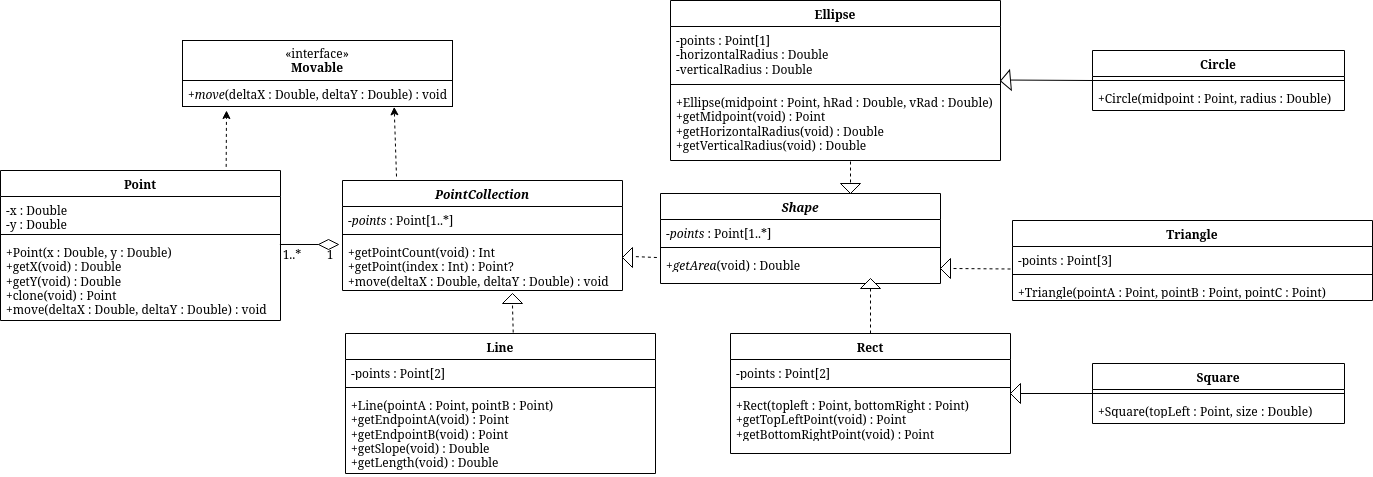
Earlier version of the draw.io export UML.png (BrodySteidley/cs5700.1). Source tidied: cells renumbered, new cells last; positions are measured from the earlier drawing's top-left corner, leaving out a move shared by most shapes.
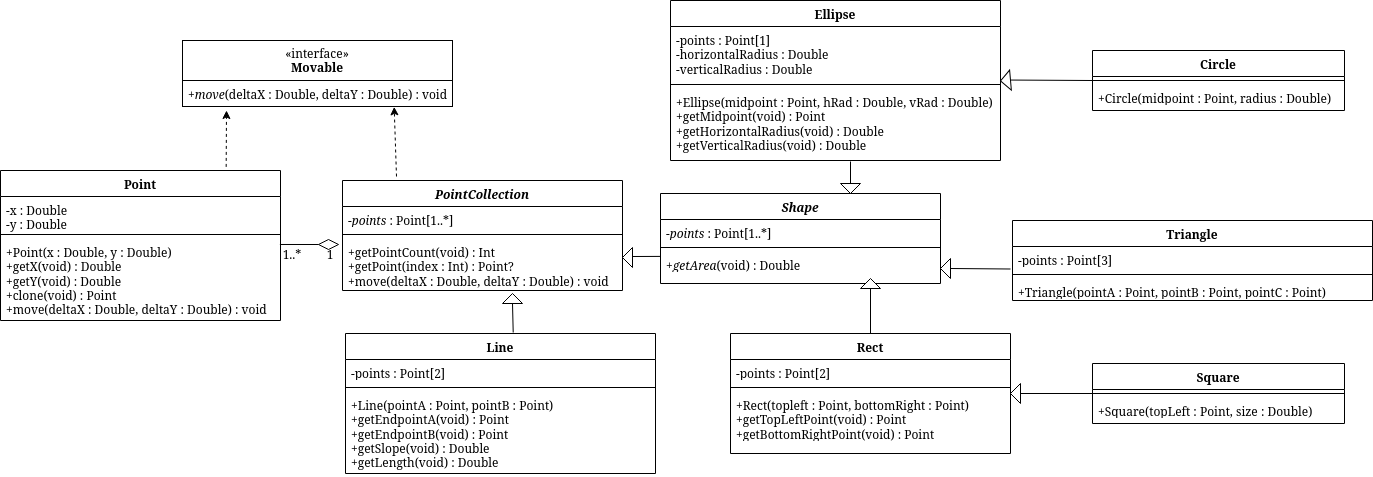
Above is the later version.

Commit message:
Fix UML: abstract class inheritance uses a solid line

Change to the diagram source:
```diff
@@ -79,21 +79,16 @@
     <mxCell id="26" style="line;strokeWidth=1;fillColor=none;align=left;verticalAlign=middle;spacingTop=-1;spacingLeft=3;spacingRight=3;labelPosition=right;strokeColor=inherit;" parent="24" vertex="1">
       <mxGeometry y="50" width="280" height="8" as="geometry" />
     </mxCell>
-    <mxCell id="27" style="endArrow=none;dashed=1;html=1;rounded=0;exitX=-0.013;exitY=0.188;exitDx=0;exitDy=0;entryX=0;entryY=0.5;entryDx=0;entryDy=0;exitPerimeter=0;" parent="24" edge="1" source="28">
-      <mxGeometry relative="1" as="geometry">
-        <mxPoint x="-28" y="63" as="targetPoint" />
-      </mxGeometry>
-    </mxCell>
     <mxCell id="28" value="&lt;div&gt;+&lt;i&gt;getArea&lt;/i&gt;(void) : Double&lt;/div&gt;" style="text;strokeColor=none;fillColor=none;align=left;verticalAlign=top;spacingLeft=4;spacingRight=4;overflow=hidden;points=[[0,0.5],[1,0.5]];portConstraint=eastwest;whiteSpace=wrap;html=1;" parent="24" vertex="1">
       <mxGeometry y="58" width="280" height="32" as="geometry" />
     </mxCell>
-    <mxCell id="29" style="endArrow=none;dashed=1;html=1;rounded=0;exitX=0.5;exitY=0;exitDx=0;exitDy=0;entryX=0;entryY=0.5;entryDx=0;entryDy=0;" parent="1" edge="1" source="10" target="30">
+    <mxCell id="29" style="endArrow=none;html=1;rounded=0;exitX=0.5;exitY=0;exitDx=0;exitDy=0;entryX=0;entryY=0.5;entryDx=0;entryDy=0;" parent="1" edge="1" source="10" target="30">
       <mxGeometry relative="1" as="geometry" />
     </mxCell>
     <mxCell id="30" style="triangle;whiteSpace=wrap;html=1;direction=north;" parent="1" vertex="1">
       <mxGeometry x="860" y="278" width="20" height="10" as="geometry" />
     </mxCell>
-    <mxCell id="31" style="endArrow=none;dashed=1;html=1;rounded=0;exitX=0;exitY=0.5;exitDx=0;exitDy=0;entryX=0;entryY=0.5;entryDx=0;entryDy=0;" parent="1" edge="1" target="32">
+    <mxCell id="31" style="endArrow=none;html=1;rounded=0;exitX=0;exitY=0.5;exitDx=0;exitDy=0;entryX=0;entryY=0.5;entryDx=0;entryDy=0;" parent="1" edge="1" target="32">
       <mxGeometry relative="1" as="geometry">
         <mxPoint x="1010" y="268.5" as="sourcePoint" />
       </mxGeometry>
@@ -101,7 +96,7 @@
     <mxCell id="32" style="triangle;whiteSpace=wrap;html=1;direction=west;" parent="1" vertex="1">
       <mxGeometry x="940" y="258" width="10" height="20" as="geometry" />
     </mxCell>
-    <mxCell id="33" style="endArrow=none;dashed=1;html=1;rounded=0;entryX=0;entryY=0.5;entryDx=0;entryDy=0;" parent="1" edge="1" target="34">
+    <mxCell id="33" style="endArrow=none;html=1;rounded=0;entryX=0;entryY=0.5;entryDx=0;entryDy=0;" parent="1" edge="1" target="34">
       <mxGeometry relative="1" as="geometry">
         <mxPoint x="850" y="161" as="sourcePoint" />
       </mxGeometry>
@@ -163,10 +158,8 @@
     <mxCell id="52" style="triangle;whiteSpace=wrap;html=1;direction=west;" parent="1" vertex="1">
       <mxGeometry x="622" y="247" width="10" height="20" as="geometry" />
     </mxCell>
-    <mxCell id="53" style="endArrow=none;dashed=1;html=1;rounded=0;entryX=0;entryY=0.5;entryDx=0;entryDy=0;exitX=0.541;exitY=-0.007;exitDx=0;exitDy=0;exitPerimeter=0;" parent="1" edge="1" source="6">
-      <mxGeometry relative="1" as="geometry">
-        <mxPoint x="512" y="305" as="targetPoint" />
-      </mxGeometry>
+    <mxCell id="53" style="endArrow=none;rounded=0;entryX=0;entryY=0.5;entryDx=0;entryDy=0;exitX=0.541;exitY=-0.007;exitDx=0;exitDy=0;exitPerimeter=0;" parent="1" edge="1" source="6" target="51">
+      <mxGeometry relative="1" as="geometry" />
     </mxCell>
     <mxCell id="54" value="&lt;div&gt;«interface»&lt;b&gt;&lt;br&gt;&lt;/b&gt;&lt;/div&gt;&lt;div&gt;&lt;b&gt;Movable&lt;/b&gt;&lt;/div&gt;" style="html=1;whiteSpace=wrap;" parent="1" vertex="1">
       <mxGeometry x="182" y="40" width="270" height="40" as="geometry" />
@@ -184,5 +177,10 @@
         <mxPoint x="396" y="176" as="sourcePoint" />
       </mxGeometry>
     </mxCell>
+    <mxCell id="27" style="endArrow=none;html=1;rounded=0;exitX=0;exitY=0.153;exitDx=0;exitDy=0;exitPerimeter=0;" parent="1" edge="1" source="28">
+      <mxGeometry relative="1" as="geometry">
+        <mxPoint x="632" y="256" as="targetPoint" />
+      </mxGeometry>
+    </mxCell>
   </root>
 </mxGraphModel>
```
